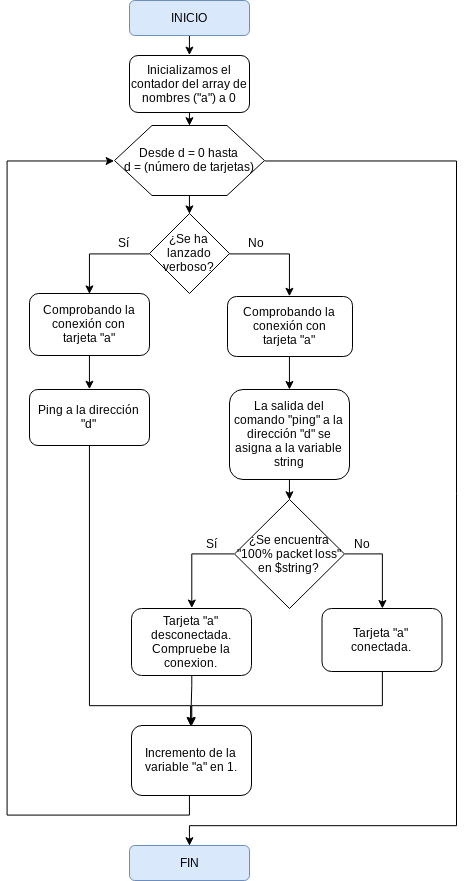
JesusRguez/Zybo keeps this draw.io diagram as Documentos/Test de interconexión red Zybo/Inicio.png. Above is the earlier version. Source tidied: cells renumbered, new cells last; positions are measured from the earlier drawing's top-left corner, leaving out a move shared by most shapes.
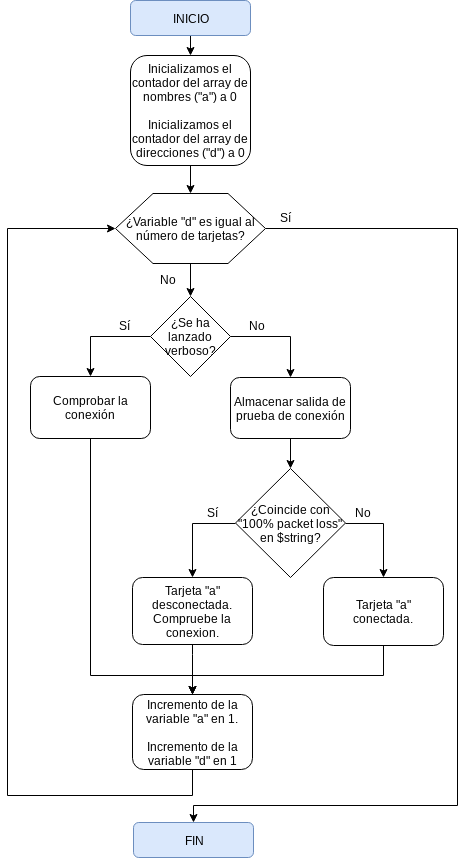
Later version of the same file.

Diff of the diagram source:
```diff
@@ -11,55 +11,38 @@
     <mxCell id="4" style="edgeStyle=orthogonalEdgeStyle;rounded=0;jettySize=auto;html=1;exitX=0;exitY=0.5;exitDx=0;exitDy=0;entryX=0.5;entryY=0;entryDx=0;entryDy=0;" parent="1" edge="1" source="6" target="12">
       <mxGeometry relative="1" as="geometry">
         <Array as="points">
-          <mxPoint x="83" y="253" />
+          <mxPoint x="83" y="336" />
         </Array>
       </mxGeometry>
     </mxCell>
-    <mxCell id="5" style="edgeStyle=orthogonalEdgeStyle;rounded=0;jettySize=auto;html=1;exitX=1;exitY=0.5;exitDx=0;exitDy=0;entryX=0;entryY=0.5;entryDx=0;entryDy=0;" parent="1" edge="1" source="6" target="14">
+    <mxCell id="5" style="edgeStyle=orthogonalEdgeStyle;rounded=0;jettySize=auto;html=1;exitX=1;exitY=0.5;exitDx=0;exitDy=0;" parent="1" edge="1" source="6" target="16">
       <mxGeometry relative="1" as="geometry" />
     </mxCell>
     <mxCell id="6" value="¿Se ha lanzado verboso?" style="rhombus;whiteSpace=wrap;html=1;" parent="1" vertex="1">
-      <mxGeometry x="143" y="213" width="80" height="80" as="geometry" />
+      <mxGeometry x="143" y="296" width="80" height="80" as="geometry" />
     </mxCell>
-    <mxCell id="7" style="edgeStyle=orthogonalEdgeStyle;rounded=0;jettySize=auto;html=1;exitX=0.5;exitY=1;exitDx=0;exitDy=0;" parent="1" edge="1" source="8">
+    <mxCell id="7" style="edgeStyle=orthogonalEdgeStyle;rounded=0;jettySize=auto;html=1;exitX=0.5;exitY=1;exitDx=0;exitDy=0;entryX=0.5;entryY=0;entryDx=0;entryDy=0;" parent="1" edge="1" source="12" target="32">
       <mxGeometry relative="1" as="geometry">
-        <mxPoint x="184.7" y="725" as="targetPoint" />
         <Array as="points">
-          <mxPoint x="83" y="705" />
-          <mxPoint x="184" y="705" />
+          <mxPoint x="83" y="675" />
+          <mxPoint x="185" y="675" />
         </Array>
       </mxGeometry>
     </mxCell>
-    <mxCell id="8" value="Ping a la dirección &quot;d&quot;&lt;br&gt;" style="rounded=1;whiteSpace=wrap;html=1;" parent="1" vertex="1">
-      <mxGeometry x="23" y="389" width="120" height="56" as="geometry" />
-    </mxCell>
     <mxCell id="9" value="Sí" style="text;html=1;align=left;verticalAlign=top;spacingTop=-4;" parent="1" vertex="1">
-      <mxGeometry x="110" y="233" width="30" height="20" as="geometry" />
+      <mxGeometry x="110" y="316" width="30" height="20" as="geometry" />
     </mxCell>
     <mxCell id="10" value="No" style="text;html=1;align=left;verticalAlign=top;spacingTop=-4;" parent="1" vertex="1">
-      <mxGeometry x="240" y="233" width="30" height="20" as="geometry" />
+      <mxGeometry x="240" y="316" width="30" height="20" as="geometry" />
     </mxCell>
-    <mxCell id="11" style="edgeStyle=orthogonalEdgeStyle;rounded=0;jettySize=auto;html=1;exitX=0.5;exitY=1;exitDx=0;exitDy=0;entryX=0.5;entryY=0;entryDx=0;entryDy=0;" parent="1" edge="1" source="12" target="8">
-      <mxGeometry relative="1" as="geometry" />
-    </mxCell>
-    <mxCell id="12" value="Comprobando la conexión con&lt;br&gt;tarjeta &quot;a&quot;&lt;br&gt;" style="rounded=1;whiteSpace=wrap;html=1;" parent="1" vertex="1">
-      <mxGeometry x="23" y="293" width="120" height="62" as="geometry" />
+    <mxCell id="12" value="Comprobar la conexión&lt;br&gt;" style="rounded=1;whiteSpace=wrap;html=1;" parent="1" vertex="1">
+      <mxGeometry x="23" y="376" width="120" height="62" as="geometry" />
     </mxCell>
-    <mxCell id="13" style="edgeStyle=orthogonalEdgeStyle;rounded=0;jettySize=auto;html=1;exitX=1;exitY=0.5;exitDx=0;exitDy=0;" parent="1" edge="1" source="14" target="16">
-      <mxGeometry relative="1" as="geometry">
-        <Array as="points">
-          <mxPoint x="283" y="356" />
-        </Array>
-      </mxGeometry>
-    </mxCell>
-    <mxCell id="14" value="Comprobando la conexión con&lt;br&gt;tarjeta &quot;a&quot;&lt;br&gt;" style="rounded=1;whiteSpace=wrap;html=1;direction=south;" parent="1" vertex="1">
-      <mxGeometry x="221" y="296" width="125" height="60" as="geometry" />
-    </mxCell>
     <mxCell id="15" style="edgeStyle=orthogonalEdgeStyle;rounded=0;jettySize=auto;html=1;exitX=0.5;exitY=1;exitDx=0;exitDy=0;entryX=0.5;entryY=0;entryDx=0;entryDy=0;" parent="1" edge="1" source="16" target="19">
       <mxGeometry relative="1" as="geometry" />
     </mxCell>
-    <mxCell id="16" value="La salida del comando &quot;ping&quot; a la dirección &quot;d&quot; se asigna a la variable string&lt;br&gt;" style="rounded=1;whiteSpace=wrap;html=1;" parent="1" vertex="1">
-      <mxGeometry x="223" y="389" width="120" height="90" as="geometry" />
+    <mxCell id="16" value="Almacenar salida de prueba de conexión&lt;br&gt;" style="rounded=1;whiteSpace=wrap;html=1;" parent="1" vertex="1">
+      <mxGeometry x="223" y="377" width="120" height="61" as="geometry" />
     </mxCell>
     <mxCell id="17" style="edgeStyle=orthogonalEdgeStyle;rounded=0;jettySize=auto;html=1;exitX=0;exitY=0.5;exitDx=0;exitDy=0;entryX=0.5;entryY=0;entryDx=0;entryDy=0;" parent="1" edge="1" source="19" target="23">
       <mxGeometry relative="1" as="geometry" />
@@ -67,74 +50,81 @@
     <mxCell id="18" style="edgeStyle=orthogonalEdgeStyle;rounded=0;jettySize=auto;html=1;exitX=1;exitY=0.5;exitDx=0;exitDy=0;" parent="1" edge="1" source="19" target="25">
       <mxGeometry relative="1" as="geometry" />
     </mxCell>
-    <mxCell id="19" value="¿Se encuentra &quot;100% packet loss&quot; en $string?" style="rhombus;whiteSpace=wrap;html=1;" parent="1" vertex="1">
-      <mxGeometry x="228" y="499" width="110" height="109" as="geometry" />
+    <mxCell id="19" value="¿Coincide con &quot;100% packet loss&quot; en $string?" style="rhombus;whiteSpace=wrap;html=1;" parent="1" vertex="1">
+      <mxGeometry x="228" y="468" width="110" height="109" as="geometry" />
     </mxCell>
     <mxCell id="20" value="Sí" style="text;html=1;align=left;verticalAlign=top;spacingTop=-4;" parent="1" vertex="1">
-      <mxGeometry x="198" y="533.5" width="30" height="20" as="geometry" />
+      <mxGeometry x="198" y="502.5" width="30" height="20" as="geometry" />
     </mxCell>
     <mxCell id="21" value="No" style="text;html=1;align=left;verticalAlign=top;spacingTop=-4;" parent="1" vertex="1">
-      <mxGeometry x="345.5" y="533.5" width="30" height="20" as="geometry" />
+      <mxGeometry x="345.5" y="502.5" width="30" height="20" as="geometry" />
     </mxCell>
     <mxCell id="22" style="edgeStyle=orthogonalEdgeStyle;rounded=0;jettySize=auto;html=1;exitX=0.5;exitY=1;exitDx=0;exitDy=0;" parent="1" edge="1" source="23">
       <mxGeometry relative="1" as="geometry">
-        <mxPoint x="184.7" y="725" as="targetPoint" />
+        <mxPoint x="184.7" y="694" as="targetPoint" />
         <Array as="points">
-          <mxPoint x="185" y="685" />
-          <mxPoint x="185" y="685" />
+          <mxPoint x="185" y="654" />
+          <mxPoint x="185" y="654" />
         </Array>
       </mxGeometry>
     </mxCell>
     <mxCell id="23" value="Tarjeta &quot;a&quot; desconectada. Compruebe la conexion.&lt;br&gt;" style="rounded=1;whiteSpace=wrap;html=1;" parent="1" vertex="1">
-      <mxGeometry x="125" y="608" width="120" height="67" as="geometry" />
+      <mxGeometry x="125" y="577" width="120" height="67" as="geometry" />
     </mxCell>
     <mxCell id="24" style="edgeStyle=orthogonalEdgeStyle;rounded=0;jettySize=auto;html=1;exitX=0.5;exitY=1;exitDx=0;exitDy=0;entryX=0.5;entryY=0;entryDx=0;entryDy=0;" parent="1" edge="1" source="25" target="32">
       <mxGeometry relative="1" as="geometry">
         <Array as="points">
-          <mxPoint x="376" y="705" />
-          <mxPoint x="185" y="705" />
+          <mxPoint x="376" y="675" />
+          <mxPoint x="185" y="675" />
         </Array>
       </mxGeometry>
     </mxCell>
     <mxCell id="25" value="Tarjeta &quot;a&quot; conectada.&lt;br&gt;" style="rounded=1;whiteSpace=wrap;html=1;" parent="1" vertex="1">
-      <mxGeometry x="315.5" y="608" width="120" height="63" as="geometry" />
+      <mxGeometry x="316" y="577" width="120" height="68" as="geometry" />
     </mxCell>
     <mxCell id="26" style="edgeStyle=orthogonalEdgeStyle;rounded=0;jettySize=auto;html=1;exitX=0.5;exitY=1;exitDx=0;exitDy=0;entryX=0.5;entryY=0;entryDx=0;entryDy=0;" parent="1" edge="1" source="27" target="30">
       <mxGeometry relative="1" as="geometry" />
     </mxCell>
-    <mxCell id="27" value="Inicializamos el contador del array de nombres (&quot;a&quot;) a 0&lt;br&gt;" style="rounded=1;whiteSpace=wrap;html=1;" parent="1" vertex="1">
-      <mxGeometry x="123" y="55" width="120" height="57" as="geometry" />
+    <mxCell id="27" value="Inicializamos el contador del array de nombres (&quot;a&quot;) a 0&lt;br&gt;&lt;br&gt;Inicializamos el contador del array de direcciones (&quot;d&quot;) a 0&lt;br&gt;" style="rounded=1;whiteSpace=wrap;html=1;" parent="1" vertex="1">
+      <mxGeometry x="123" y="55" width="120" height="110" as="geometry" />
     </mxCell>
     <mxCell id="28" style="edgeStyle=orthogonalEdgeStyle;rounded=0;jettySize=auto;html=1;exitX=0.5;exitY=1;exitDx=0;exitDy=0;entryX=0.5;entryY=0;entryDx=0;entryDy=0;" parent="1" edge="1" source="30" target="6">
       <mxGeometry relative="1" as="geometry" />
     </mxCell>
-    <mxCell id="29" style="edgeStyle=orthogonalEdgeStyle;rounded=0;jettySize=auto;html=1;exitX=1;exitY=0.5;exitDx=0;exitDy=0;entryX=0.5;entryY=0;entryDx=0;entryDy=0;" parent="1" edge="1" source="30" target="33">
+    <mxCell id="29" style="edgeStyle=orthogonalEdgeStyle;rounded=0;orthogonalLoop=1;jettySize=auto;html=1;exitX=1;exitY=0.5;exitDx=0;exitDy=0;entryX=0.5;entryY=0;entryDx=0;entryDy=0;" parent="1" edge="1">
       <mxGeometry relative="1" as="geometry">
+        <mxPoint x="258" y="228.1" as="sourcePoint" />
+        <mxPoint x="186.1" y="821.9" as="targetPoint" />
         <Array as="points">
-          <mxPoint x="450" y="160" />
-          <mxPoint x="450" y="825" />
-          <mxPoint x="183" y="825" />
+          <mxPoint x="450" y="228" />
+          <mxPoint x="450" y="805" />
+          <mxPoint x="186" y="805" />
         </Array>
       </mxGeometry>
     </mxCell>
-    <mxCell id="30" value="Desde d = 0 hasta&lt;br&gt;d = (número de tarjetas)" style="shape=hexagon;perimeter=hexagonPerimeter2;whiteSpace=wrap;html=1;" parent="1" vertex="1">
-      <mxGeometry x="108" y="125" width="150" height="70" as="geometry" />
+    <mxCell id="30" value="¿Variable &quot;d&quot; es igual al número de tarjetas?" style="shape=hexagon;perimeter=hexagonPerimeter2;whiteSpace=wrap;html=1;" parent="1" vertex="1">
+      <mxGeometry x="108" y="193" width="150" height="70" as="geometry" />
     </mxCell>
     <mxCell id="31" style="edgeStyle=orthogonalEdgeStyle;rounded=0;jettySize=auto;html=1;exitX=0.5;exitY=1;exitDx=0;exitDy=0;entryX=0;entryY=0.5;entryDx=0;entryDy=0;" parent="1" edge="1" source="32" target="30">
       <mxGeometry relative="1" as="geometry">
         <Array as="points">
-          <mxPoint x="183" y="795" />
-          <mxPoint x="183" y="815" />
-          <mxPoint y="815" />
-          <mxPoint y="160" />
+          <mxPoint x="185" y="795" />
+          <mxPoint y="795" />
+          <mxPoint y="228" />
         </Array>
       </mxGeometry>
     </mxCell>
-    <mxCell id="32" value="Incremento de la variable &quot;a&quot; en 1.&lt;br&gt;" style="rounded=1;whiteSpace=wrap;html=1;" parent="1" vertex="1">
-      <mxGeometry x="125" y="725" width="120" height="70" as="geometry" />
+    <mxCell id="32" value="Incremento de la variable &quot;a&quot; en 1.&lt;br&gt;&lt;br&gt;Incremento de la variable &quot;d&quot; en 1&lt;br&gt;" style="rounded=1;whiteSpace=wrap;html=1;" parent="1" vertex="1">
+      <mxGeometry x="125" y="694" width="120" height="75" as="geometry" />
     </mxCell>
     <mxCell id="33" value="FIN" style="rounded=1;whiteSpace=wrap;html=1;fillColor=#dae8fc;strokeColor=#6c8ebf;" parent="1" vertex="1">
-      <mxGeometry x="123" y="845" width="120" height="35" as="geometry" />
+      <mxGeometry x="126" y="822" width="120" height="35" as="geometry" />
     </mxCell>
+    <mxCell id="34" value="Sí&lt;br&gt;" style="text;html=1;align=left;verticalAlign=top;spacingTop=-4;" parent="1" vertex="1">
+      <mxGeometry x="271" y="208" width="30" height="20" as="geometry" />
+    </mxCell>
+    <mxCell id="35" value="No" style="text;html=1;align=left;verticalAlign=top;spacingTop=-4;" parent="1" vertex="1">
+      <mxGeometry x="151" y="269.5" width="30" height="20" as="geometry" />
+    </mxCell>
   </root>
 </mxGraphModel>
```
